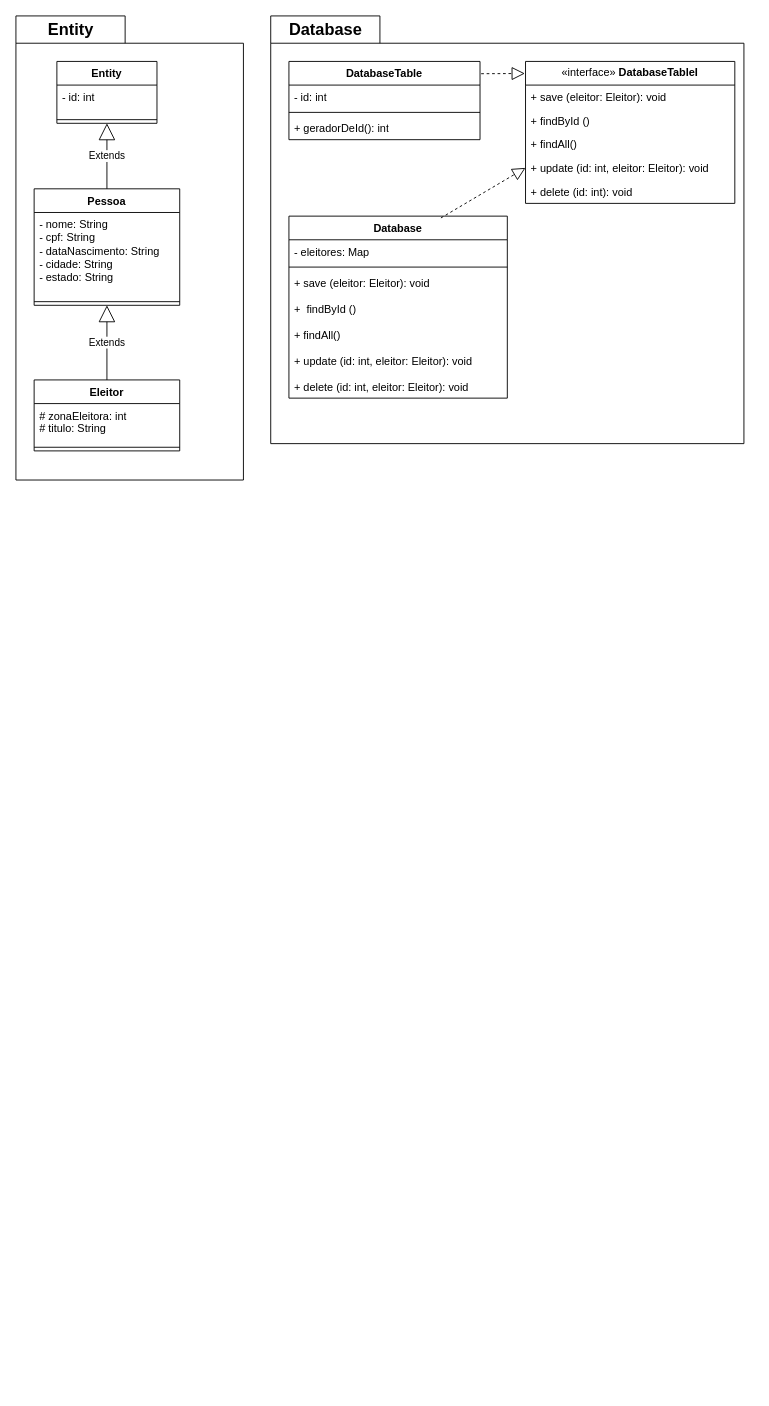
Before: Diagrama sem nome.drawio in fseabra93/proj_final_LP2, a draw.io diagram. Source tidied: cells renumbered, new cells numbered last; positions are measured from the earlier drawing's top-left corner, leaving out a move shared by most shapes. Both pictures are drawn from the tidied source at 91%, with x=0, y=0 at pixel (15, 15).
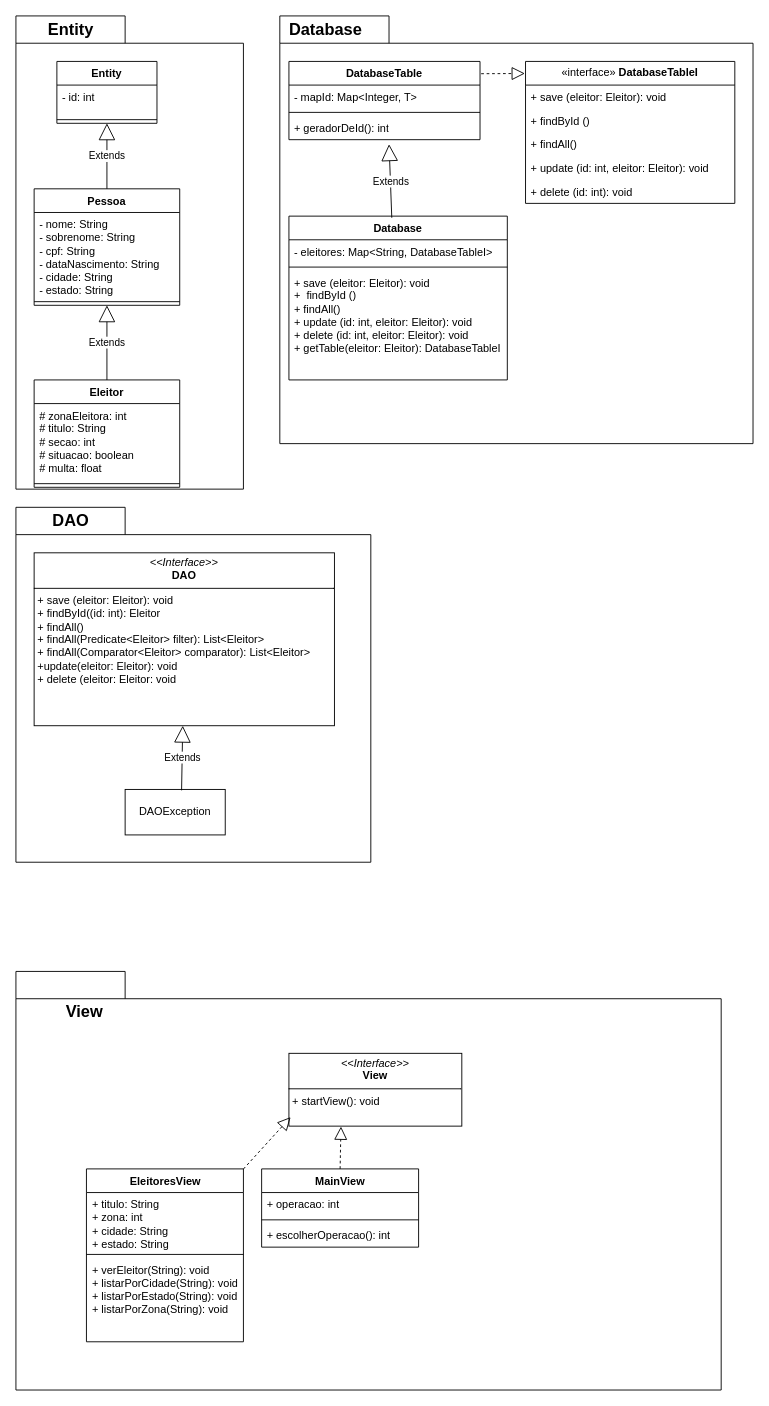
The same diagram, later.

The change refers to these unchanged cells:
```xml
<mxCell id="11" value="Pessoa" style="swimlane;fontStyle=1;align=center;verticalAlign=top;horizontal=1;startSize=26;whiteSpace=wrap;html=1;" parent="1" vertex="1">
  <mxGeometry x="20" y="190" width="160" height="128" as="geometry" />
</mxCell>
<mxCell id="22" value="+ update (id: int, eleitor: Eleitor): void" style="text;strokeColor=none;fillColor=none;align=left;verticalAlign=top;spacingLeft=4;spacingRight=4;overflow=hidden;points=[[0,0.5],[1,0.5]];portConstraint=eastwest;whiteSpace=wrap;html=1;" parent="18" vertex="1">
  <mxGeometry y="104" width="230" height="26" as="geometry" />
</mxCell>
<mxCell id="24" value="DatabaseTable" style="swimlane;fontStyle=1;align=center;verticalAlign=top;horizontal=1;startSize=26;whiteSpace=wrap;html=1;" parent="1" vertex="1">
  <mxGeometry x="300" y="50" width="210" height="86" as="geometry" />
</mxCell>
<mxCell id="27" value="+ geradorDeId(): int" style="text;strokeColor=none;fillColor=none;align=left;verticalAlign=top;spacingLeft=4;spacingRight=4;overflow=hidden;points=[[0,0.5],[1,0.5]];portConstraint=eastwest;whiteSpace=wrap;html=1;" parent="24" vertex="1">
  <mxGeometry y="60" width="210" height="26" as="geometry" />
</mxCell>
```

Diff of the diagram source:
```diff
@@
     <mxCell id="2" style="shape=folder;fontStyle=1;spacingTop=10;tabWidth=120;tabHeight=30;tabPosition=left;html=1;whiteSpace=wrap;" parent="1" vertex="1">
-      <mxGeometry width="250" height="510" as="geometry" />
+      <mxGeometry width="250" height="520" as="geometry" />
     </mxCell>
@@
     <mxCell id="8" value="Eleitor" style="swimlane;fontStyle=1;align=center;verticalAlign=top;horizontal=1;startSize=26;whiteSpace=wrap;html=1;" parent="1" vertex="1">
-      <mxGeometry x="20" y="400" width="160" height="78" as="geometry" />
+      <mxGeometry x="20" y="400" width="160" height="118" as="geometry" />
     </mxCell>
-    <mxCell id="9" value="# zonaEleitora: int&lt;div&gt;# titulo: String&lt;/div&gt;" style="text;strokeColor=none;fillColor=none;align=left;verticalAlign=top;spacingLeft=4;spacingRight=4;overflow=hidden;whiteSpace=wrap;html=1;" parent="8" vertex="1">
-      <mxGeometry y="26" width="160" height="44" as="geometry" />
+    <mxCell id="9" value="# zonaEleitora: int&lt;div&gt;# titulo: String&lt;/div&gt;&lt;div&gt;# secao: int&lt;/div&gt;&lt;div&gt;# situacao: boolean&lt;/div&gt;&lt;div&gt;# multa: float&lt;/div&gt;" style="text;strokeColor=none;fillColor=none;align=left;verticalAlign=top;spacingLeft=4;spacingRight=4;overflow=hidden;whiteSpace=wrap;html=1;" parent="8" vertex="1">
+      <mxGeometry y="26" width="160" height="84" as="geometry" />
     </mxCell>
     <mxCell id="10" style="line;strokeWidth=1;fillColor=none;align=left;verticalAlign=middle;spacingTop=-1;spacingLeft=3;spacingRight=3;labelPosition=right;strokeColor=inherit;" parent="8" vertex="1">
-      <mxGeometry y="70" width="160" height="8" as="geometry" />
+      <mxGeometry y="110" width="160" height="8" as="geometry" />
     </mxCell>
@@
-    <mxCell id="12" value="- nome: String&lt;div&gt;- cpf: String&lt;/div&gt;&lt;div&gt;- dataNascimento: String&lt;/div&gt;&lt;div&gt;- cidade: String&lt;/div&gt;&lt;div&gt;- estado: String&lt;/div&gt;" style="text;strokeColor=none;fillColor=none;align=left;verticalAlign=top;spacingLeft=4;spacingRight=4;overflow=hidden;whiteSpace=wrap;html=1;" parent="11" vertex="1">
+    <mxCell id="12" value="- nome: String&lt;div&gt;- sobrenome: String&amp;nbsp;&lt;br&gt;&lt;div&gt;- cpf: String&lt;/div&gt;&lt;div&gt;- dataNascimento: String&lt;/div&gt;&lt;div&gt;- cidade: String&lt;/div&gt;&lt;div&gt;- estado: String&lt;/div&gt;&lt;/div&gt;" style="text;strokeColor=none;fillColor=none;align=left;verticalAlign=top;spacingLeft=4;spacingRight=4;overflow=hidden;whiteSpace=wrap;html=1;" parent="11" vertex="1">
       <mxGeometry y="26" width="160" height="94" as="geometry" />
     </mxCell>
@@
     <mxCell id="16" style="shape=folder;fontStyle=1;spacingTop=10;tabWidth=120;tabHeight=30;tabPosition=left;html=1;whiteSpace=wrap;" parent="1" vertex="1">
-      <mxGeometry x="280" width="520" height="470" as="geometry" />
+      <mxGeometry x="290" width="520" height="470" as="geometry" />
     </mxCell>
@@
-    <mxCell id="25" value="- id: int" style="text;strokeColor=none;fillColor=none;align=left;verticalAlign=top;spacingLeft=4;spacingRight=4;overflow=hidden;whiteSpace=wrap;html=1;" parent="24" vertex="1">
+    <mxCell id="25" value="- mapId: Map&amp;lt;Integer, T&amp;gt;" style="text;strokeColor=none;fillColor=none;align=left;verticalAlign=top;spacingLeft=4;spacingRight=4;overflow=hidden;whiteSpace=wrap;html=1;" parent="24" vertex="1">
       <mxGeometry y="26" width="210" height="26" as="geometry" />
     </mxCell>
@@
     <mxCell id="29" value="Database" style="swimlane;fontStyle=1;align=center;verticalAlign=top;horizontal=1;startSize=26;whiteSpace=wrap;html=1;" parent="1" vertex="1">
-      <mxGeometry x="300" y="220" width="240" height="200" as="geometry" />
+      <mxGeometry x="300" y="220" width="240" height="180" as="geometry" />
     </mxCell>
-    <mxCell id="30" value="- eleitores: Map" style="text;strokeColor=none;fillColor=none;align=left;verticalAlign=top;spacingLeft=4;spacingRight=4;overflow=hidden;whiteSpace=wrap;html=1;" parent="29" vertex="1">
+    <mxCell id="30" value="- eleitores: Map&amp;lt;String, DatabaseTableI&amp;gt;" style="text;strokeColor=none;fillColor=none;align=left;verticalAlign=top;spacingLeft=4;spacingRight=4;overflow=hidden;whiteSpace=wrap;html=1;" parent="29" vertex="1">
       <mxGeometry y="26" width="240" height="26" as="geometry" />
     </mxCell>
@@
-    <mxCell id="32" value="+ save (eleitor: Eleitor): void&lt;div&gt;&lt;br&gt;&lt;/div&gt;&lt;div&gt;+&amp;nbsp;&lt;span style=&quot;background-color: initial;&quot;&gt;&amp;nbsp;findById ()&lt;/span&gt;&lt;/div&gt;&lt;div&gt;&lt;span style=&quot;background-color: initial;&quot;&gt;&lt;br&gt;&lt;/span&gt;&lt;/div&gt;&lt;div&gt;+ findAll()&lt;span style=&quot;background-color: initial;&quot;&gt;&lt;br&gt;&lt;/span&gt;&lt;/div&gt;&lt;div&gt;&lt;br&gt;&lt;/div&gt;&lt;div&gt;+ update &lt;span style=&quot;background-color: initial;&quot;&gt;(id: int, eleitor: Eleitor): void&lt;/span&gt;&lt;/div&gt;&lt;div&gt;&lt;span style=&quot;background-color: initial;&quot;&gt;&lt;br&gt;&lt;/span&gt;&lt;/div&gt;&lt;div&gt;&lt;span style=&quot;background-color: initial;&quot;&gt;+&lt;/span&gt;&lt;span style=&quot;background-color: initial;&quot;&gt;&amp;nbsp;delete (&lt;/span&gt;&lt;span style=&quot;background-color: initial;&quot;&gt;id: int, eleitor: Eleitor&lt;/span&gt;&lt;span style=&quot;background-color: initial;&quot;&gt;): void&lt;/span&gt;&lt;/div&gt;" style="text;strokeColor=none;fillColor=none;align=left;verticalAlign=top;spacingLeft=4;spacingRight=4;overflow=hidden;whiteSpace=wrap;html=1;" parent="29" vertex="1">
-      <mxGeometry y="60" width="240" height="140" as="geometry" />
+    <mxCell id="32" value="+ save (eleitor: Eleitor): void&lt;div&gt;+&amp;nbsp;&lt;span style=&quot;background-color: initial;&quot;&gt;&amp;nbsp;findById ()&lt;/span&gt;&lt;/div&gt;&lt;div&gt;&lt;span style=&quot;background-color: initial;&quot;&gt;+ findAll()&lt;/span&gt;&lt;br&gt;&lt;/div&gt;&lt;div&gt;&lt;span style=&quot;background-color: initial;&quot;&gt;+ update &lt;/span&gt;&lt;span style=&quot;background-color: initial;&quot;&gt;(id: int, eleitor: Eleitor): void&lt;/span&gt;&lt;br&gt;&lt;/div&gt;&lt;div&gt;&lt;span style=&quot;background-color: initial;&quot;&gt;+&lt;/span&gt;&lt;span style=&quot;background-color: initial;&quot;&gt;&amp;nbsp;delete (&lt;/span&gt;&lt;span style=&quot;background-color: initial;&quot;&gt;id: int, eleitor: Eleitor&lt;/span&gt;&lt;span style=&quot;background-color: initial;&quot;&gt;): void&lt;/span&gt;&lt;br&gt;&lt;/div&gt;&lt;div&gt;&lt;span style=&quot;background-color: initial;&quot;&gt;+ getTable(eleitor: Eleitor): DatabaseTableI&lt;/span&gt;&lt;br&gt;&lt;/div&gt;" style="text;strokeColor=none;fillColor=none;align=left;verticalAlign=top;spacingLeft=4;spacingRight=4;overflow=hidden;whiteSpace=wrap;html=1;" parent="29" vertex="1">
+      <mxGeometry y="60" width="240" height="120" as="geometry" />
     </mxCell>
-    <mxCell id="33" style="endArrow=block;dashed=1;endFill=0;endSize=12;html=1;rounded=0;entryX=0;entryY=0.5;entryDx=0;entryDy=0;exitX=0.696;exitY=0.01;exitDx=0;exitDy=0;exitPerimeter=0;" parent="1" edge="1" source="29" target="22">
-      <mxGeometry relative="1" as="geometry" />
-    </mxCell>
+    <mxCell id="34" value="Extends" style="endArrow=block;endSize=16;endFill=0;html=1;rounded=0;exitX=0.471;exitY=0.01;exitDx=0;exitDy=0;entryX=0.524;entryY=1.192;entryDx=0;entryDy=0;exitPerimeter=0;entryPerimeter=0;" parent="1" edge="1" source="29" target="27">
+      <mxGeometry relative="1" as="geometry" />
+    </mxCell>
+    <mxCell id="35" style="shape=folder;fontStyle=1;spacingTop=10;tabWidth=120;tabHeight=30;tabPosition=left;html=1;whiteSpace=wrap;" parent="1" vertex="1">
+      <mxGeometry y="540" width="390" height="390" as="geometry" />
+    </mxCell>
+    <mxCell id="36" value="DAO" style="text;align=center;fontStyle=1;verticalAlign=middle;spacingLeft=3;spacingRight=3;strokeColor=none;html=1;fontSize=18;" parent="1" vertex="1">
+      <mxGeometry y="540" width="120" height="30" as="geometry" />
+    </mxCell>
+    <mxCell id="37" value="&lt;p style=&quot;margin:0px;margin-top:4px;text-align:center;&quot;&gt;&lt;i&gt;&amp;lt;&amp;lt;Interface&amp;gt;&amp;gt;&lt;/i&gt;&lt;br&gt;&lt;b&gt;DAO&lt;/b&gt;&lt;/p&gt;&lt;hr size=&quot;1&quot; style=&quot;border-style:solid;&quot;&gt;&lt;p style=&quot;margin:0px;margin-left:4px;&quot;&gt;+ save (eleitor: Eleitor): void&lt;/p&gt;&lt;p style=&quot;margin:0px;margin-left:4px;&quot;&gt;+ findById((id: int): Eleitor&lt;/p&gt;&lt;p style=&quot;margin:0px;margin-left:4px;&quot;&gt;&lt;span style=&quot;background-color: initial;&quot;&gt;+ findAll()&lt;/span&gt;&lt;br&gt;&lt;/p&gt;&lt;p style=&quot;margin:0px;margin-left:4px;&quot;&gt;&lt;span style=&quot;background-color: initial;&quot;&gt;+ findAll(Predicate&amp;lt;Eleitor&amp;gt; filter): List&amp;lt;Eleitor&amp;gt;&lt;/span&gt;&lt;/p&gt;&lt;p style=&quot;margin: 0px 0px 0px 4px;&quot;&gt;+ findAll(Comparator&amp;lt;Eleitor&amp;gt; comparator): List&amp;lt;Eleitor&amp;gt;&lt;br&gt;&lt;/p&gt;&lt;p style=&quot;margin: 0px 0px 0px 4px;&quot;&gt;&lt;span style=&quot;background-color: initial;&quot;&gt;+update(eleitor: Eleitor): void&lt;/span&gt;&lt;br&gt;&lt;/p&gt;&lt;p style=&quot;margin:0px;margin-left:4px;&quot;&gt;&lt;span style=&quot;background-color: initial;&quot;&gt;+ delete (eleitor: Eleitor: void&lt;/span&gt;&lt;br&gt;&lt;/p&gt;" style="verticalAlign=top;align=left;overflow=fill;html=1;whiteSpace=wrap;" parent="1" vertex="1">
+      <mxGeometry x="20" y="590" width="330" height="190" as="geometry" />
+    </mxCell>
+    <mxCell id="38" value="DAOException" style="html=1;whiteSpace=wrap;" parent="1" vertex="1">
+      <mxGeometry x="120" y="850" width="110" height="50" as="geometry" />
+    </mxCell>
+    <mxCell id="39" value="Extends" style="endArrow=block;endSize=16;endFill=0;html=1;rounded=0;exitX=0.564;exitY=0.02;exitDx=0;exitDy=0;exitPerimeter=0;" parent="1" edge="1" source="38" target="37">
+      <mxGeometry relative="1" as="geometry" />
+    </mxCell>
+    <mxCell id="40" style="shape=folder;fontStyle=1;spacingTop=10;tabWidth=120;tabHeight=30;tabPosition=left;html=1;whiteSpace=wrap;" parent="1" vertex="1">
+      <mxGeometry y="1050" width="775" height="460" as="geometry" />
+    </mxCell>
+    <mxCell id="41" value="View" style="text;align=center;fontStyle=1;verticalAlign=middle;spacingLeft=3;spacingRight=3;strokeColor=none;html=1;fontSize=18;" parent="1" vertex="1">
+      <mxGeometry x="15" y="1080" width="120" height="30" as="geometry" />
+    </mxCell>
+    <mxCell id="42" value="&lt;p style=&quot;margin:0px;margin-top:4px;text-align:center;&quot;&gt;&lt;i&gt;&amp;lt;&amp;lt;Interface&amp;gt;&amp;gt;&lt;/i&gt;&lt;br&gt;&lt;b&gt;View&lt;/b&gt;&lt;/p&gt;&lt;hr size=&quot;1&quot; style=&quot;border-style:solid;&quot;&gt;&lt;p style=&quot;margin:0px;margin-left:4px;&quot;&gt;+ startView(): void&lt;br&gt;&lt;br&gt;&lt;/p&gt;" style="verticalAlign=top;align=left;overflow=fill;html=1;whiteSpace=wrap;" parent="1" vertex="1">
+      <mxGeometry x="300" y="1140" width="190" height="80" as="geometry" />
+    </mxCell>
+    <mxCell id="43" value="MainView" style="swimlane;fontStyle=1;align=center;verticalAlign=top;horizontal=1;startSize=26;whiteSpace=wrap;html=1;" parent="1" vertex="1">
+      <mxGeometry x="270" y="1267" width="172.5" height="86" as="geometry" />
+    </mxCell>
+    <mxCell id="44" value="+ operacao: int" style="text;strokeColor=none;fillColor=none;align=left;verticalAlign=top;spacingLeft=4;spacingRight=4;overflow=hidden;whiteSpace=wrap;html=1;" parent="43" vertex="1">
+      <mxGeometry y="26" width="172.5" height="26" as="geometry" />
+    </mxCell>
+    <mxCell id="45" style="line;strokeWidth=1;fillColor=none;align=left;verticalAlign=middle;spacingTop=-1;spacingLeft=3;spacingRight=3;labelPosition=right;strokeColor=inherit;" parent="43" vertex="1">
+      <mxGeometry y="52" width="172.5" height="8" as="geometry" />
+    </mxCell>
+    <mxCell id="46" value="+ escolherOperacao(): int" style="text;strokeColor=none;fillColor=none;align=left;verticalAlign=top;spacingLeft=4;spacingRight=4;overflow=hidden;whiteSpace=wrap;html=1;" parent="43" vertex="1">
+      <mxGeometry y="60" width="172.5" height="26" as="geometry" />
+    </mxCell>
+    <mxCell id="47" style="endArrow=block;dashed=1;endFill=0;endSize=12;html=1;rounded=0;entryX=0.301;entryY=1.006;entryDx=0;entryDy=0;entryPerimeter=0;exitX=0.5;exitY=0;exitDx=0;exitDy=0;" parent="1" edge="1" source="43" target="42">
+      <mxGeometry relative="1" as="geometry" />
+    </mxCell>
+    <mxCell id="48" value="EleitoresView" style="swimlane;fontStyle=1;align=center;verticalAlign=top;horizontal=1;startSize=26;whiteSpace=wrap;html=1;" parent="1" vertex="1">
+      <mxGeometry x="77.5" y="1267" width="172.5" height="190" as="geometry" />
+    </mxCell>
+    <mxCell id="49" value="&lt;div&gt;+ titulo: String&lt;/div&gt;+ zona: int&lt;div&gt;+ cidade: String&lt;/div&gt;&lt;div&gt;+ estado: String&lt;/div&gt;" style="text;strokeColor=none;fillColor=none;align=left;verticalAlign=top;spacingLeft=4;spacingRight=4;overflow=hidden;whiteSpace=wrap;html=1;" parent="48" vertex="1">
+      <mxGeometry y="26" width="172.5" height="64" as="geometry" />
+    </mxCell>
+    <mxCell id="50" style="line;strokeWidth=1;fillColor=none;align=left;verticalAlign=middle;spacingTop=-1;spacingLeft=3;spacingRight=3;labelPosition=right;strokeColor=inherit;" parent="48" vertex="1">
+      <mxGeometry y="90" width="172.5" height="8" as="geometry" />
+    </mxCell>
+    <mxCell id="51" value="+ verEleitor(String): void&lt;div&gt;+ listarPorCidade&lt;span style=&quot;background-color: initial;&quot;&gt;(String): void&lt;/span&gt;&lt;/div&gt;&lt;div&gt;&lt;span style=&quot;background-color: initial;&quot;&gt;+ listarPorEstado&lt;/span&gt;&lt;span style=&quot;background-color: initial;&quot;&gt;(String): void&lt;/span&gt;&lt;/div&gt;&lt;div&gt;+ listarPorZona&lt;span style=&quot;background-color: initial;&quot;&gt;(String): void&lt;/span&gt;&lt;/div&gt;" style="text;strokeColor=none;fillColor=none;align=left;verticalAlign=top;spacingLeft=4;spacingRight=4;overflow=hidden;whiteSpace=wrap;html=1;" parent="48" vertex="1">
+      <mxGeometry y="98" width="172.5" height="92" as="geometry" />
+    </mxCell>
+    <mxCell id="52" style="endArrow=block;dashed=1;endFill=0;endSize=12;html=1;rounded=0;entryX=0.01;entryY=0.876;entryDx=0;entryDy=0;entryPerimeter=0;" parent="1" edge="1" source="48" target="42">
+      <mxGeometry relative="1" as="geometry" />
+    </mxCell>
```
